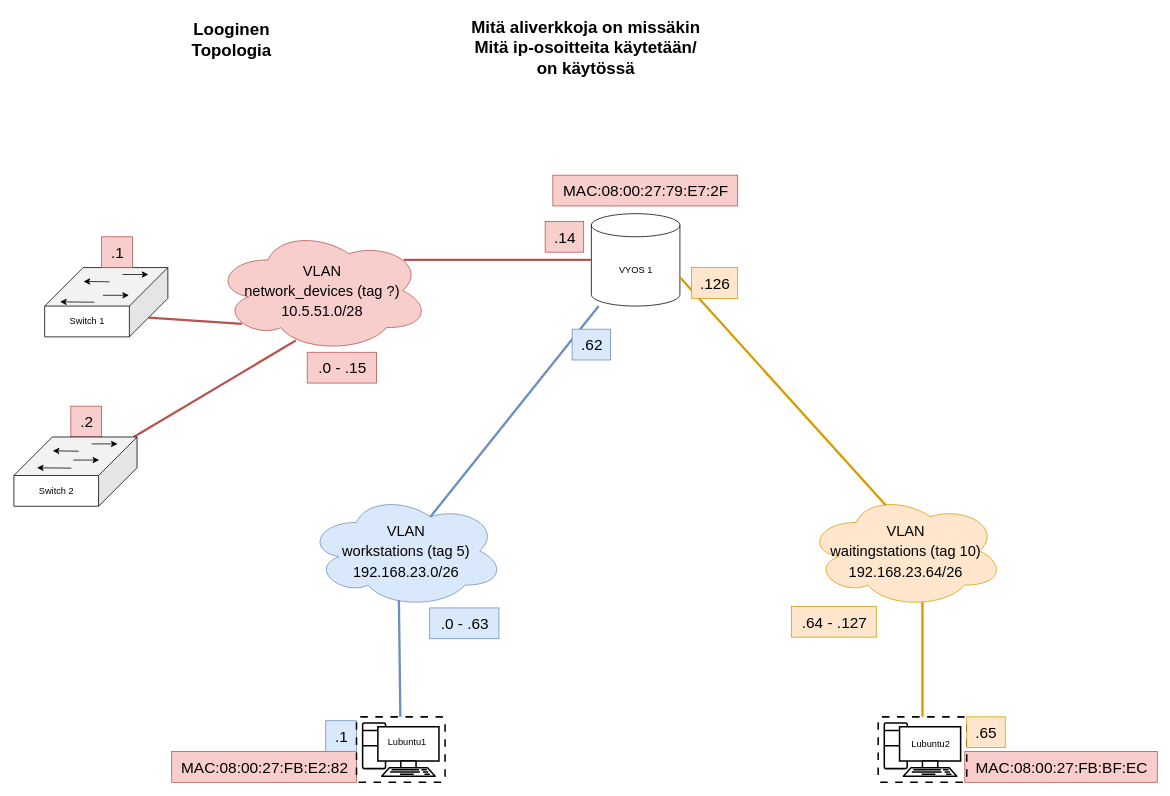
Above: documentation/E03/harjoitus_kuvat/Tietoverkot_looginen_topologia.drawio in Peltori/Tietoverkot (draw.io), before the change. Source tidied: cells renumbered, new cells numbered last; positions are measured from the earlier drawing's top-left corner, leaving out a move shared by most shapes. Both pictures are drawn from the tidied source at 77%, with x=0, y=0 at pixel (14, 13).
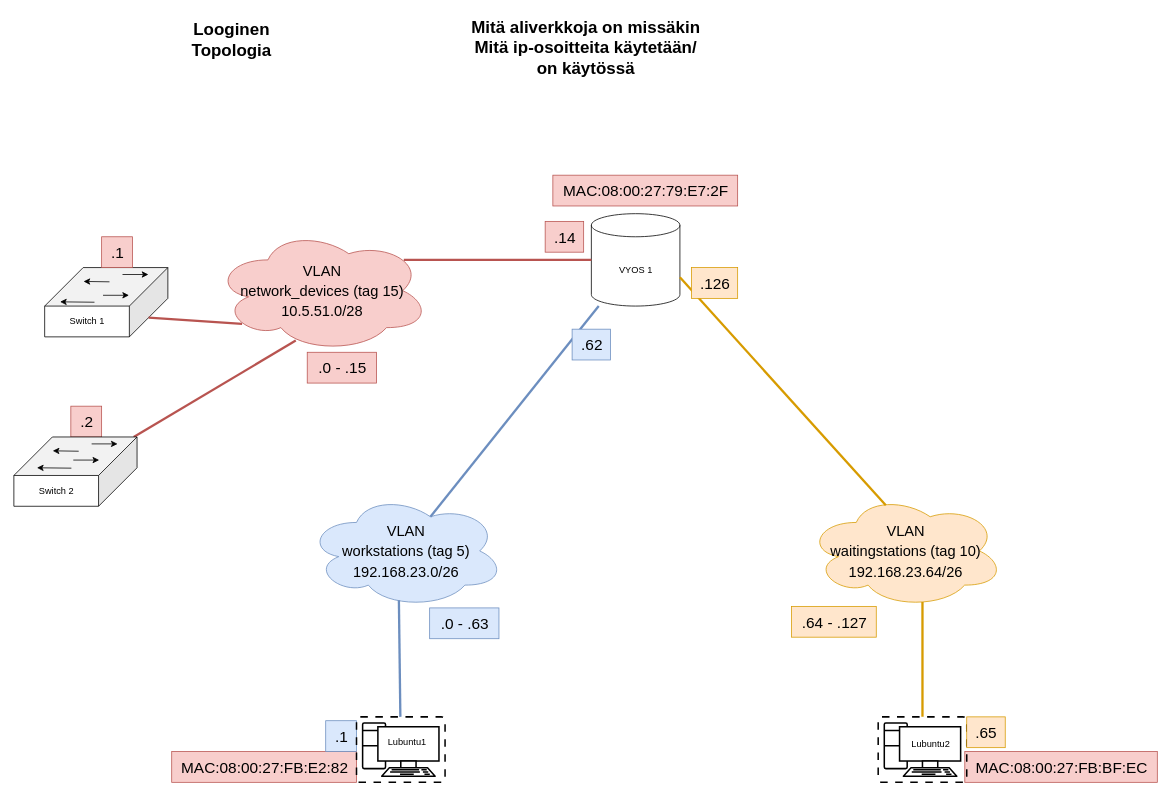
The same diagram, later.

Commit message (it also covers changes not shown here):
draw.io piirustuksia talteen

The edit, as a diff of the source:
```diff
@@
-    <mxCell id="28" value="&lt;font style=&quot;&quot;&gt;&lt;span style=&quot;font-size: 19px;&quot;&gt;VLAN&lt;/span&gt;&lt;br&gt;&lt;span style=&quot;font-size: 19px;&quot;&gt;network_devices (tag ?)&lt;/span&gt;&lt;br&gt;&lt;/font&gt;&lt;font style=&quot;font-size: 19px;&quot;&gt;10.5.51.0/28&lt;br&gt;&lt;/font&gt;" style="ellipse;shape=cloud;whiteSpace=wrap;html=1;fontSize=22;fillColor=#f8cecc;strokeColor=#b85450;" parent="1" vertex="1">
+    <mxCell id="28" value="&lt;font style=&quot;&quot;&gt;&lt;span style=&quot;font-size: 19px;&quot;&gt;VLAN&lt;/span&gt;&lt;br&gt;&lt;span style=&quot;font-size: 19px;&quot;&gt;network_devices (tag 15)&lt;/span&gt;&lt;br&gt;&lt;/font&gt;&lt;font style=&quot;font-size: 19px;&quot;&gt;10.5.51.0/28&lt;br&gt;&lt;/font&gt;" style="ellipse;shape=cloud;whiteSpace=wrap;html=1;fontSize=22;fillColor=#f8cecc;strokeColor=#b85450;" parent="1" vertex="1">
       <mxGeometry x="259.5" y="280" width="280" height="160" as="geometry" />
     </mxCell>
```
